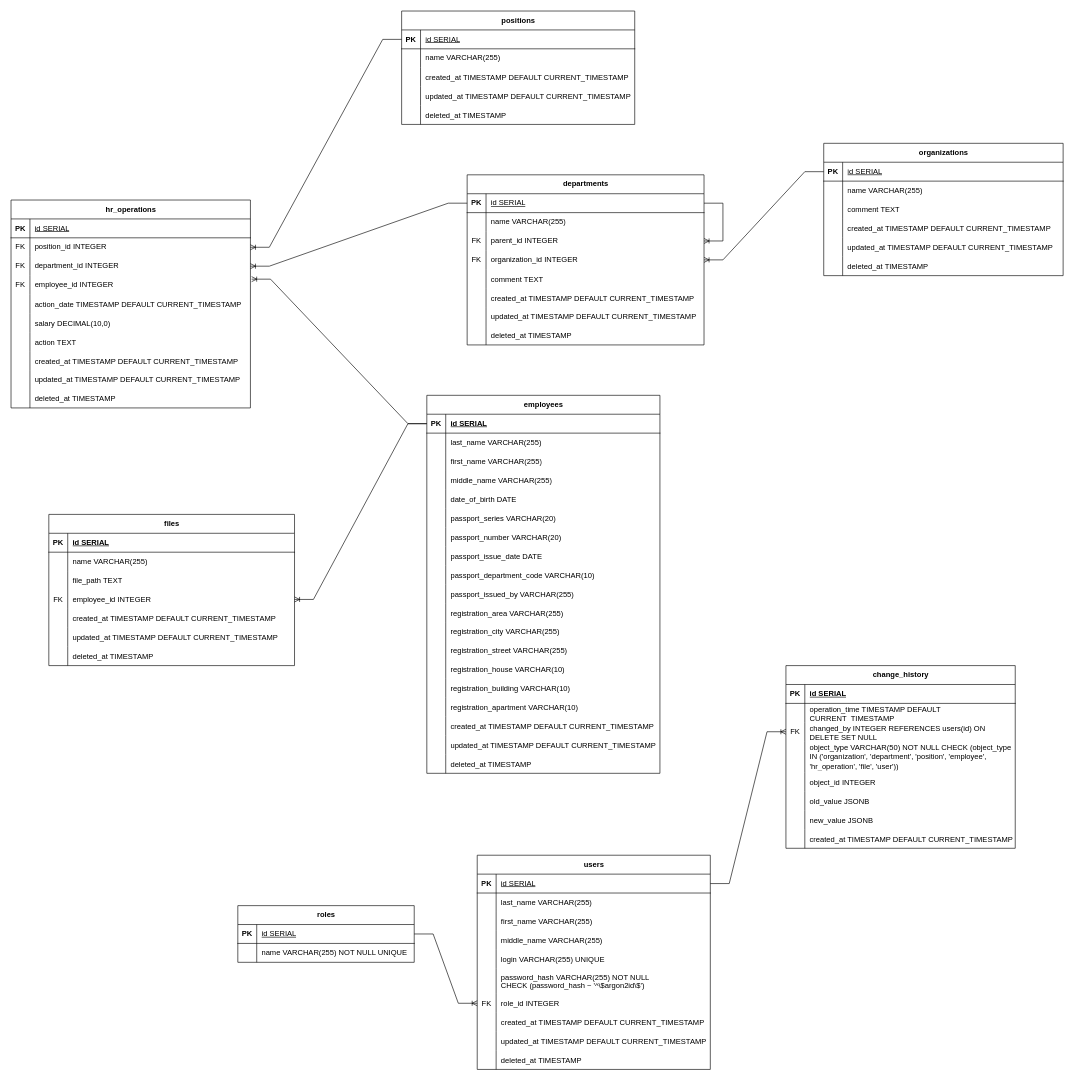
Earlier version of the draw.io diagram docs/DB.drawio (NekitBST/areal-hr-test-2025). Source tidied: cells renumbered, new cells numbered last; positions are measured from the earlier drawing's top-left corner, leaving out a move shared by most shapes. Both pictures are drawn from the tidied source at 63%, with x=0, y=0 at pixel (11, 11).
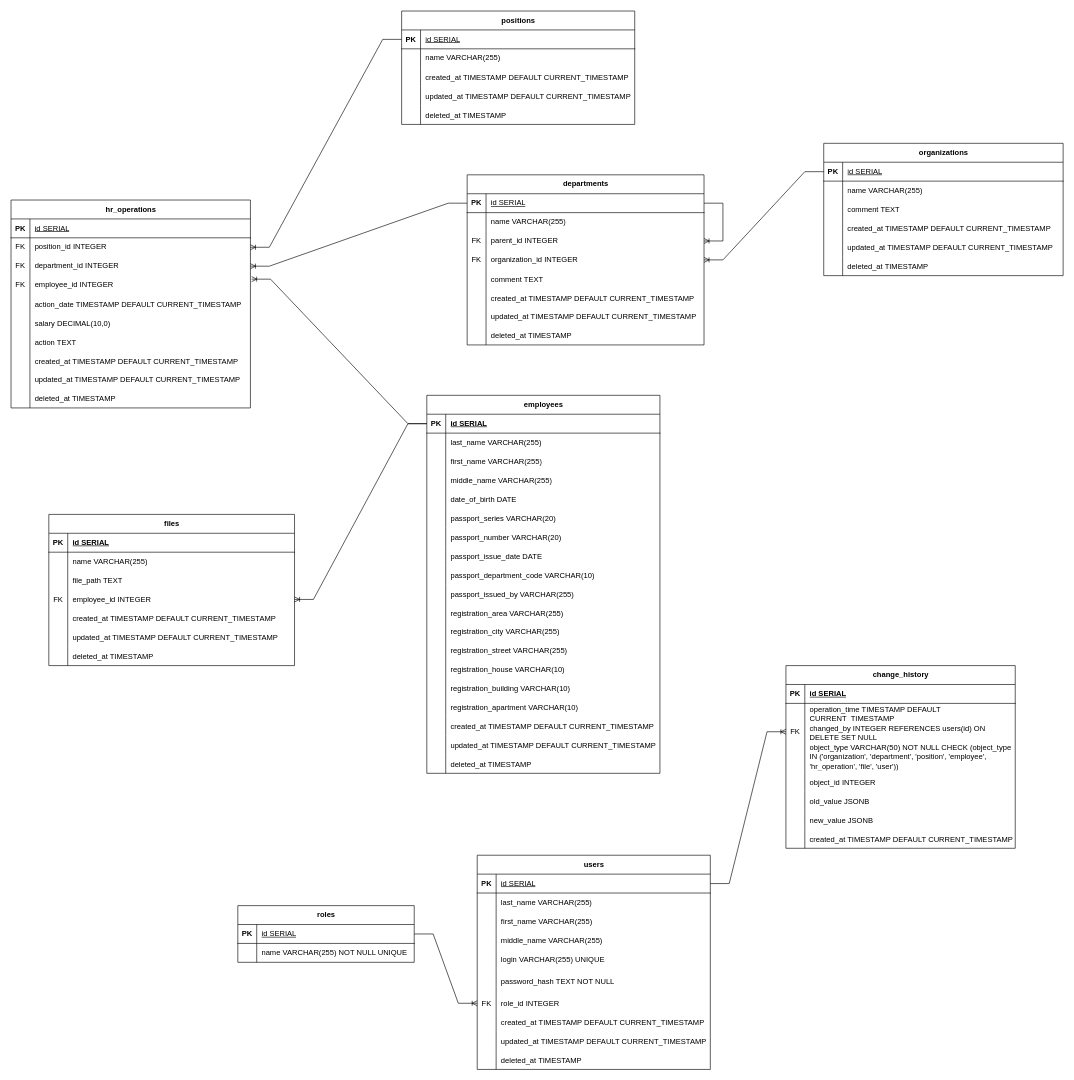
Above is the later version.

Commit message:
fixing database schema

The change refers to these unchanged cells:
```xml
<mxCell id="227" style="shape=tableRow;horizontal=0;startSize=0;swimlaneHead=0;swimlaneBody=0;fillColor=none;top=0;left=0;right=0;bottom=0;" parent="211" vertex="1">
  <mxGeometry y="180" width="370" height="40" as="geometry" />
</mxCell>
```

The edit, as a diff of the source:
```diff
@@
-    <mxCell id="229" value="password_hash VARCHAR(255) NOT NULL &#10;CHECK (password_hash ~ '^\$argon2id\$')" style="shape=partialRectangle;fillColor=none;top=0;left=0;bottom=0;right=0;align=left;spacingLeft=6;overflow=hidden;" parent="227" vertex="1">
+    <mxCell id="229" value="password_hash TEXT NOT NULL " style="shape=partialRectangle;fillColor=none;top=0;left=0;bottom=0;right=0;align=left;spacingLeft=6;overflow=hidden;" parent="227" vertex="1">
       <mxGeometry x="30" width="340" height="40" as="geometry" />
     </mxCell>
```
